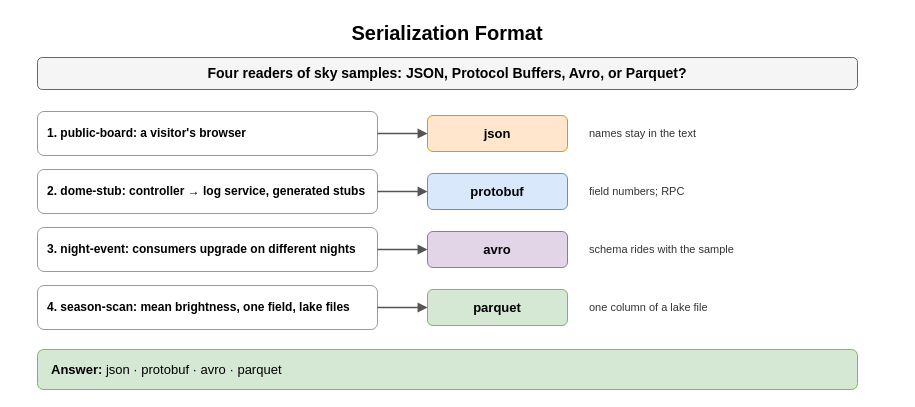
The draw.io diagram page "Serialization Format" (1 of 8) of content/09_System_Design_Interview/14_Encoding_Serialization_and_Schema_Evolution/diagrams/encoding-drills.drawio in amendez13/swe-study-guide, before the edit. Source tidied: cells renumbered, new cells numbered last; positions are measured from the earlier drawing's top-left corner, leaving out a move shared by most shapes. Both pictures are drawn from the tidied source at 100%, with x=0, y=0 at pixel (37, 17).
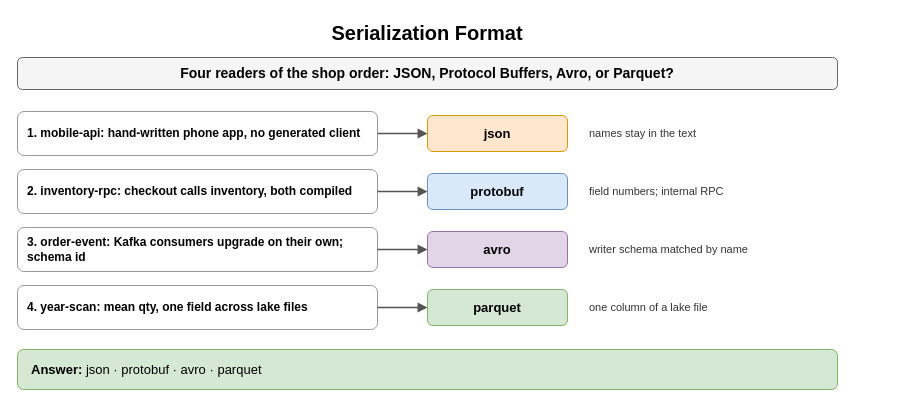
The same page after the edit.

Change to the diagram source:
```diff
@@
     <mxCell id="2" value="Serialization Format" style="text;html=1;align=center;verticalAlign=middle;whiteSpace=wrap;fontSize=20;fontStyle=1;" parent="1" vertex="1">
-      <mxGeometry width="820" height="30" as="geometry" />
+      <mxGeometry x="-20" width="820" height="30" as="geometry" />
     </mxCell>
-    <mxCell id="3" value="Four readers of sky samples: JSON, Protocol Buffers, Avro, or Parquet?" style="rounded=1;whiteSpace=wrap;html=1;fillColor=#f5f5f5;strokeColor=#666666;fontStyle=1;fontSize=14;" parent="1" vertex="1">
-      <mxGeometry y="40" width="820" height="32" as="geometry" />
+    <mxCell id="3" value="Four readers of the shop order: JSON, Protocol Buffers, Avro, or Parquet?" style="rounded=1;whiteSpace=wrap;html=1;fillColor=#f5f5f5;strokeColor=#666666;fontStyle=1;fontSize=14;" parent="1" vertex="1">
+      <mxGeometry x="-20" y="40" width="820" height="32" as="geometry" />
     </mxCell>
-    <mxCell id="4" value="1. public-board: a visitor's browser" style="rounded=1;whiteSpace=wrap;html=1;fillColor=#ffffff;strokeColor=#999999;fontSize=12;align=left;fontStyle=1;spacingLeft=8;" parent="1" vertex="1">
-      <mxGeometry y="94" width="340" height="44" as="geometry" />
+    <mxCell id="4" value="1. mobile-api: hand-written phone app, no generated client" style="rounded=1;whiteSpace=wrap;html=1;fillColor=#ffffff;strokeColor=#999999;fontSize=12;align=left;fontStyle=1;spacingLeft=8;" parent="1" vertex="1">
+      <mxGeometry x="-20" y="94" width="360" height="44" as="geometry" />
     </mxCell>
@@
     <mxCell id="7" value="names stay in the text" style="text;html=1;whiteSpace=wrap;fontSize=11;align=left;verticalAlign=middle;fontSize=11;fontColor=#333333;" parent="1" vertex="1">
-      <mxGeometry x="550" y="94" width="310" height="44" as="geometry" />
+      <mxGeometry x="550" y="94" width="290" height="44" as="geometry" />
     </mxCell>
-    <mxCell id="8" value="2. dome-stub: controller → log service, generated stubs" style="rounded=1;whiteSpace=wrap;html=1;fillColor=#ffffff;strokeColor=#999999;fontSize=12;align=left;fontStyle=1;spacingLeft=8;" parent="1" vertex="1">
-      <mxGeometry y="152" width="340" height="44" as="geometry" />
+    <mxCell id="8" value="2. inventory-rpc: checkout calls inventory, both compiled" style="rounded=1;whiteSpace=wrap;html=1;fillColor=#ffffff;strokeColor=#999999;fontSize=12;align=left;fontStyle=1;spacingLeft=8;" parent="1" vertex="1">
+      <mxGeometry x="-20" y="152" width="360" height="44" as="geometry" />
     </mxCell>
@@
-    <mxCell id="11" value="field numbers; RPC" style="text;html=1;whiteSpace=wrap;fontSize=11;align=left;verticalAlign=middle;fontSize=11;fontColor=#333333;" parent="1" vertex="1">
-      <mxGeometry x="550" y="152" width="310" height="44" as="geometry" />
+    <mxCell id="11" value="field numbers; internal RPC" style="text;html=1;whiteSpace=wrap;fontSize=11;align=left;verticalAlign=middle;fontSize=11;fontColor=#333333;" parent="1" vertex="1">
+      <mxGeometry x="550" y="152" width="290" height="44" as="geometry" />
     </mxCell>
-    <mxCell id="12" value="3. night-event: consumers upgrade on different nights" style="rounded=1;whiteSpace=wrap;html=1;fillColor=#ffffff;strokeColor=#999999;fontSize=12;align=left;fontStyle=1;spacingLeft=8;" parent="1" vertex="1">
-      <mxGeometry y="210" width="340" height="44" as="geometry" />
+    <mxCell id="12" value="3. order-event: Kafka consumers upgrade on their own; schema id" style="rounded=1;whiteSpace=wrap;html=1;fillColor=#ffffff;strokeColor=#999999;fontSize=12;align=left;fontStyle=1;spacingLeft=8;" parent="1" vertex="1">
+      <mxGeometry x="-20" y="210" width="360" height="44" as="geometry" />
     </mxCell>
@@
-    <mxCell id="15" value="schema rides with the sample" style="text;html=1;whiteSpace=wrap;fontSize=11;align=left;verticalAlign=middle;fontSize=11;fontColor=#333333;" parent="1" vertex="1">
-      <mxGeometry x="550" y="210" width="310" height="44" as="geometry" />
+    <mxCell id="15" value="writer schema matched by name" style="text;html=1;whiteSpace=wrap;fontSize=11;align=left;verticalAlign=middle;fontSize=11;fontColor=#333333;" parent="1" vertex="1">
+      <mxGeometry x="550" y="210" width="290" height="44" as="geometry" />
     </mxCell>
-    <mxCell id="16" value="4. season-scan: mean brightness, one field, lake files" style="rounded=1;whiteSpace=wrap;html=1;fillColor=#ffffff;strokeColor=#999999;fontSize=12;align=left;fontStyle=1;spacingLeft=8;" parent="1" vertex="1">
-      <mxGeometry y="268" width="340" height="44" as="geometry" />
+    <mxCell id="16" value="4. year-scan: mean qty, one field across lake files" style="rounded=1;whiteSpace=wrap;html=1;fillColor=#ffffff;strokeColor=#999999;fontSize=12;align=left;fontStyle=1;spacingLeft=8;" parent="1" vertex="1">
+      <mxGeometry x="-20" y="268" width="360" height="44" as="geometry" />
     </mxCell>
@@
     <mxCell id="19" value="one column of a lake file" style="text;html=1;whiteSpace=wrap;fontSize=11;align=left;verticalAlign=middle;fontSize=11;fontColor=#333333;" parent="1" vertex="1">
-      <mxGeometry x="550" y="268" width="310" height="44" as="geometry" />
+      <mxGeometry x="550" y="268" width="290" height="44" as="geometry" />
     </mxCell>
     <mxCell id="20" value="&lt;b&gt;Answer:&lt;/b&gt; json · protobuf · avro · parquet" style="rounded=1;whiteSpace=wrap;html=1;fillColor=#d5e8d4;strokeColor=#82b366;fontSize=13;align=left;spacingLeft=12;" parent="1" vertex="1">
-      <mxGeometry y="332" width="820" height="40" as="geometry" />
+      <mxGeometry x="-20" y="332" width="820" height="40" as="geometry" />
     </mxCell>
```
